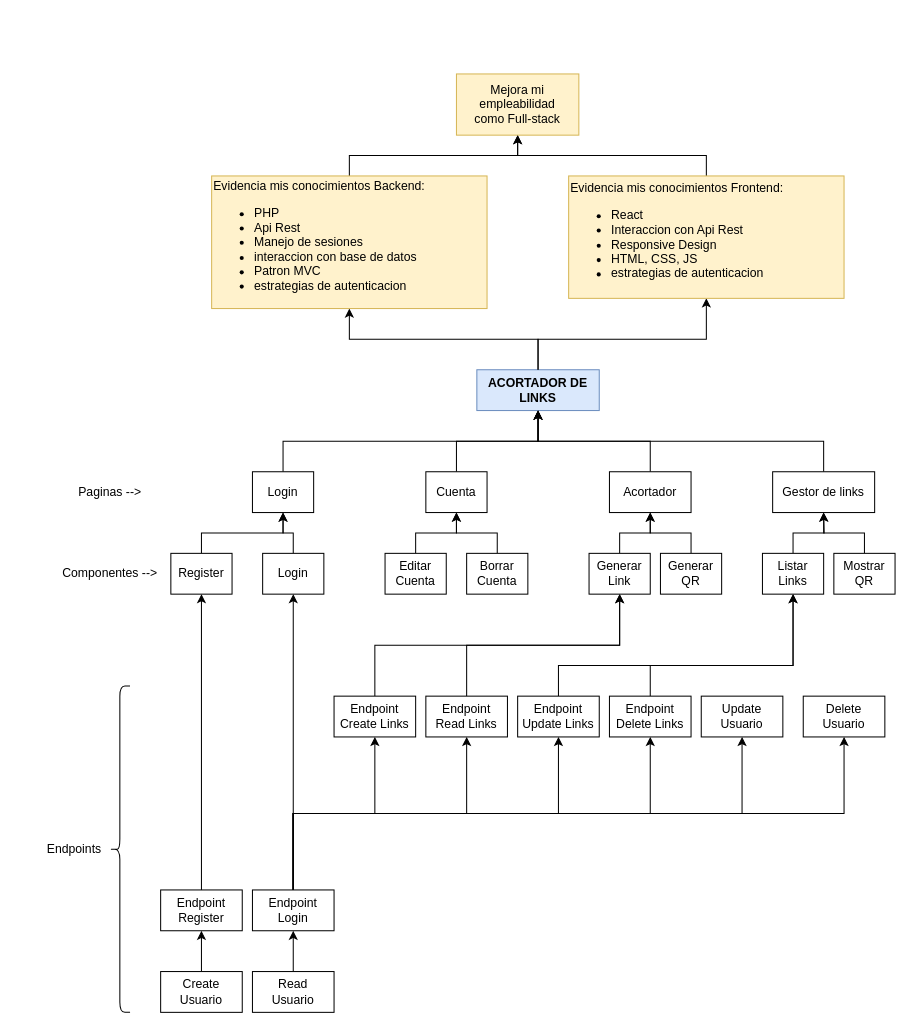
Above: page "Arquitectura Funcionamiento" (1 of 4) of Diagramas Acort.ar.drawio in Joelkukin/acortadorDeLinks-fullStackProject (draw.io), before the change. Source tidied: cells renumbered, new cells numbered last; positions are measured from the earlier drawing's top-left corner, leaving out a move shared by most shapes. Both pictures are drawn from the tidied source at 102%, with x=0, y=0 at pixel (38, 73).
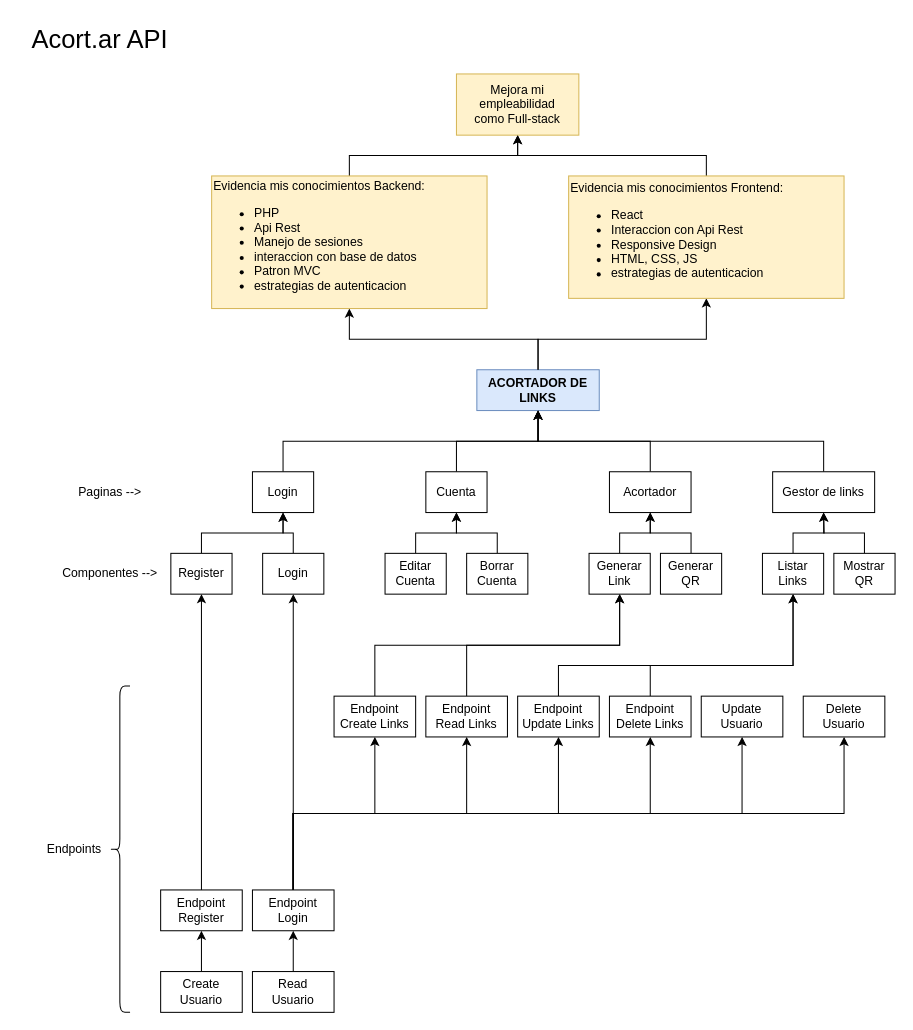
Above is the later version.

The edit, as a diff of the source:
```diff
@@
+    <mxCell id="62" value="Acort.ar API" style="text;html=1;align=center;verticalAlign=middle;strokeColor=none;fillColor=none;fontSize=25;" parent="1" vertex="1">
+      <mxGeometry x="-20" y="-55" width="160" height="40" as="geometry" />
+    </mxCell>
```
